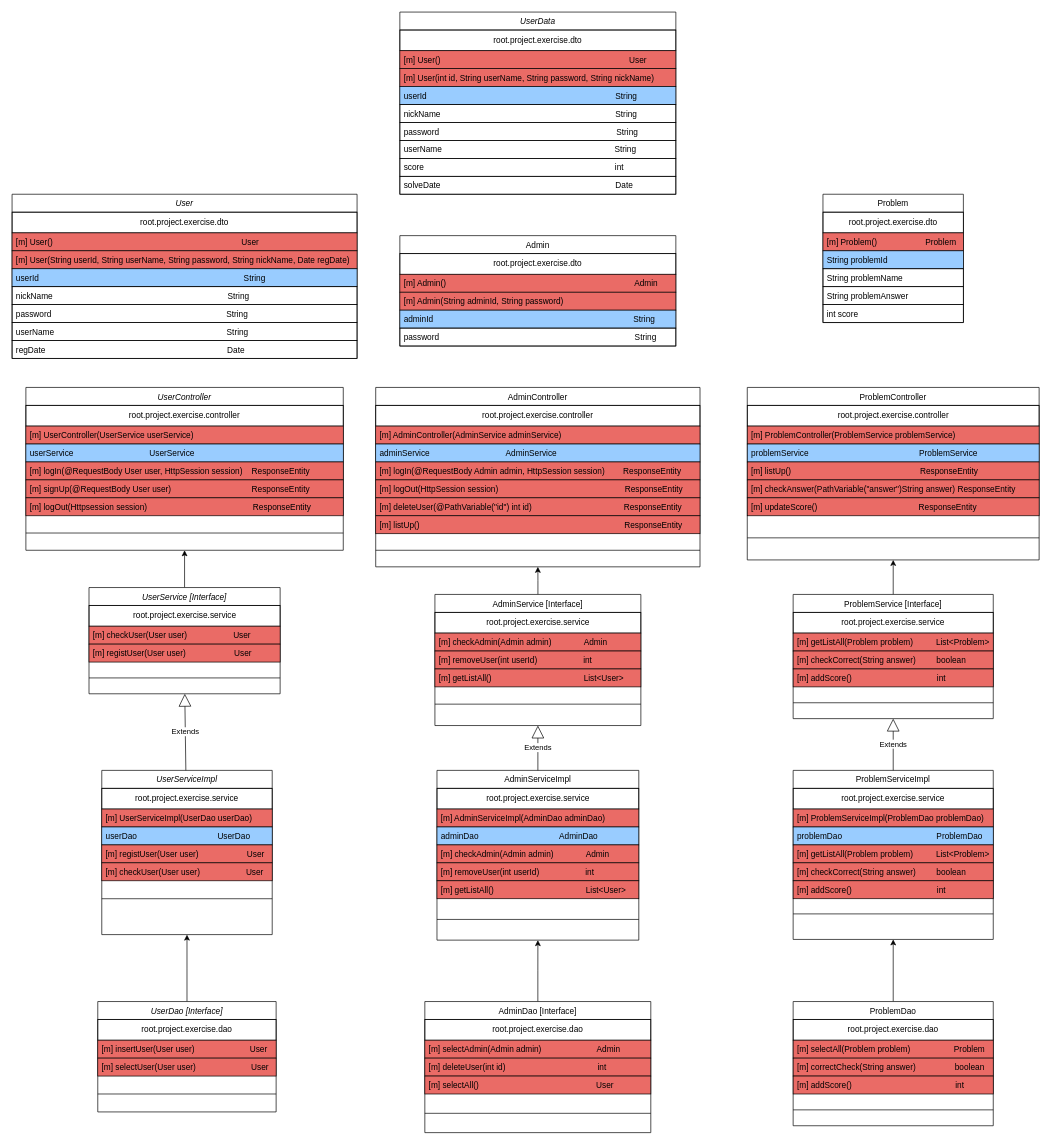
This is diagram/class diagram.drawio from Taehankk/Final_project, a draw.io file, before an edit. Source tidied: cells renumbered, new cells numbered last; positions are measured from the earlier drawing's top-left corner, leaving out a move shared by most shapes. Both pictures are drawn from the tidied source at 69%, with x=0, y=0 at pixel (12, 12).
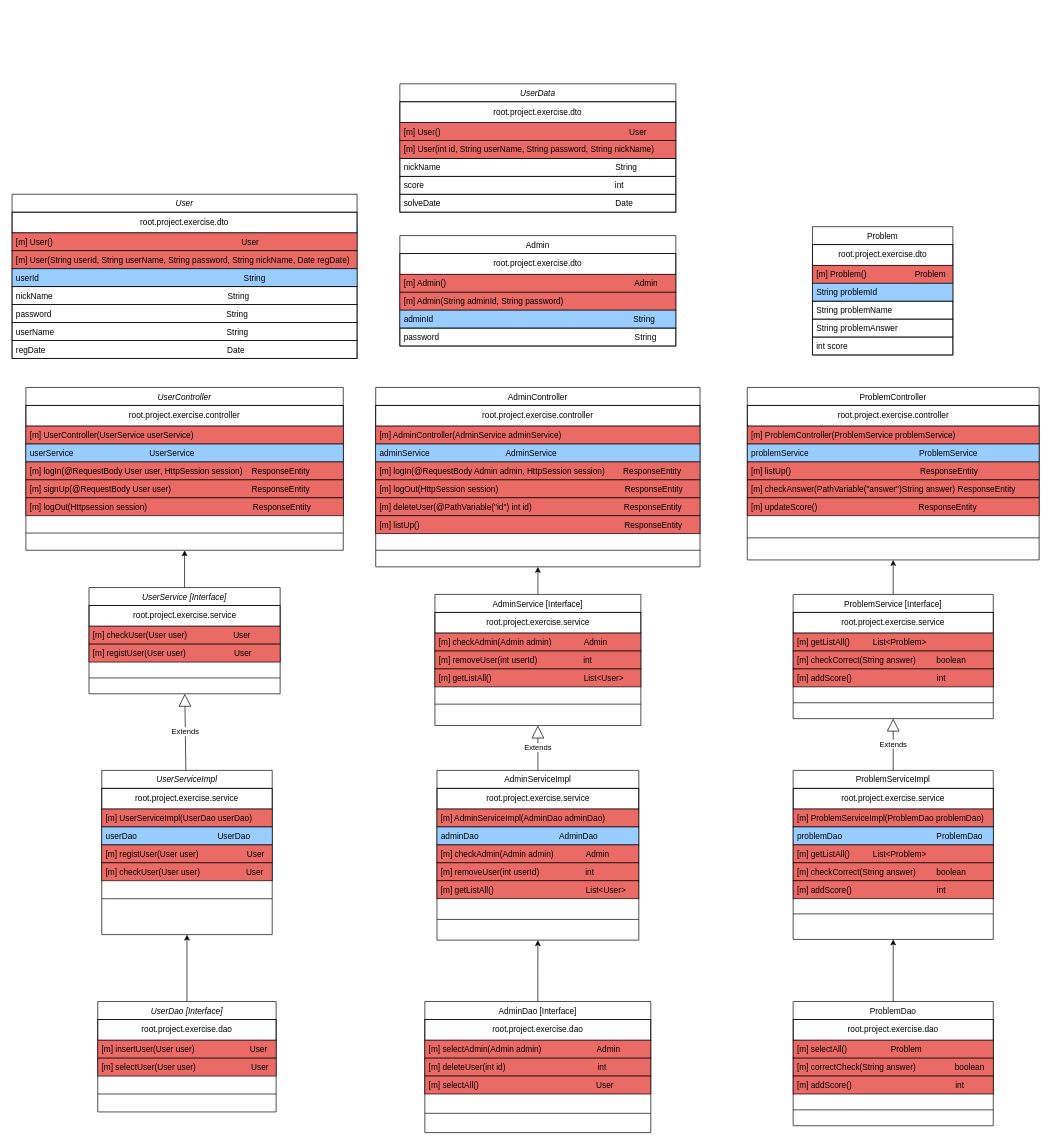
Above is the later version.

The change refers to these unchanged cells:
```xml
<mxCell id="40" value="ProblemDao" style="swimlane;fontStyle=0;align=center;verticalAlign=top;horizontal=1;startSize=26;rounded=0;shadow=0;strokeWidth=1;strokeColor=#000000;" parent="1" vertex="1">
  <mxGeometry x="1132" y="1434" width="290" height="180" as="geometry" />
</mxCell>
<mxCell id="76" value="ProblemServiceImpl" style="swimlane;fontStyle=0;align=center;verticalAlign=top;horizontal=1;startSize=26;rounded=0;shadow=0;strokeWidth=1;strokeColor=#000000;" parent="1" vertex="1">
  <mxGeometry x="1132" y="1099" width="290" height="245" as="geometry" />
</mxCell>
<mxCell id="93" value="ProblemService [Interface]" style="swimlane;fontStyle=0;align=center;verticalAlign=top;horizontal=1;startSize=26;rounded=0;shadow=0;strokeWidth=1;strokeColor=#000000;" parent="1" vertex="1">
  <mxGeometry x="1132" y="844" width="290" height="180" as="geometry" />
</mxCell>
```

Change to the diagram source:
```diff
@@
     <mxCell id="32" value="Problem" style="swimlane;fontStyle=0;align=center;verticalAlign=top;horizontal=1;startSize=26;rounded=0;shadow=0;strokeWidth=1;strokeColor=#000000;" parent="1" vertex="1">
-      <mxGeometry x="1175.2" y="264" width="203.5" height="186" as="geometry" />
+      <mxGeometry x="1160" y="311" width="203.5" height="186" as="geometry" />
     </mxCell>
@@
-    <mxCell id="42" value="[m] selectAll(Problem problem)                   Problem" style="text;align=left;verticalAlign=top;spacingLeft=4;spacingRight=4;overflow=hidden;rounded=0;shadow=0;html=0;fillColor=#EA6B66;strokeColor=#000000;" parent="40" vertex="1">
+    <mxCell id="42" value="[m] selectAll()                   Problem" style="text;align=left;verticalAlign=top;spacingLeft=4;spacingRight=4;overflow=hidden;rounded=0;shadow=0;html=0;fillColor=#EA6B66;strokeColor=#000000;" parent="40" vertex="1">
       <mxGeometry y="56" width="290" height="26" as="geometry" />
     </mxCell>
@@
-    <mxCell id="80" value="[m] getListAll(Problem problem)          List&lt;Problem&gt;" style="text;align=left;verticalAlign=top;spacingLeft=4;spacingRight=4;overflow=hidden;rounded=0;shadow=0;html=0;fillColor=#EA6B66;strokeColor=#000000;" parent="76" vertex="1">
+    <mxCell id="80" value="[m] getListAll()          List&lt;Problem&gt;" style="text;align=left;verticalAlign=top;spacingLeft=4;spacingRight=4;overflow=hidden;rounded=0;shadow=0;html=0;fillColor=#EA6B66;strokeColor=#000000;" parent="76" vertex="1">
       <mxGeometry y="108" width="290" height="26" as="geometry" />
     </mxCell>
@@
-    <mxCell id="95" value="[m] getListAll(Problem problem)          List&lt;Problem&gt;" style="text;align=left;verticalAlign=top;spacingLeft=4;spacingRight=4;overflow=hidden;rounded=0;shadow=0;html=0;fillColor=#EA6B66;strokeColor=#000000;" parent="93" vertex="1">
+    <mxCell id="95" value="[m] getListAll()          List&lt;Problem&gt;" style="text;align=left;verticalAlign=top;spacingLeft=4;spacingRight=4;overflow=hidden;rounded=0;shadow=0;html=0;fillColor=#EA6B66;strokeColor=#000000;" parent="93" vertex="1">
       <mxGeometry y="56" width="290" height="26" as="geometry" />
     </mxCell>
@@
     <mxCell id="113" value="UserData" style="swimlane;fontStyle=2;align=center;verticalAlign=top;horizontal=1;startSize=26;rounded=0;shadow=0;strokeWidth=1;strokeColor=#000000;" parent="1" vertex="1">
-      <mxGeometry x="562" width="400" height="264" as="geometry" />
+      <mxGeometry x="562" y="104" width="400" height="186" as="geometry" />
     </mxCell>
@@
-    <mxCell id="117" value="userId                                                                                  String" style="text;align=left;verticalAlign=top;spacingLeft=4;spacingRight=4;overflow=hidden;strokeColor=#000000;fillColor=#99CCFF;" parent="113" vertex="1">
-      <mxGeometry y="108" width="400" height="26" as="geometry" />
-    </mxCell>
     <mxCell id="118" value="nickName                                                                            String" style="text;align=left;verticalAlign=top;spacingLeft=4;spacingRight=4;overflow=hidden;rounded=0;shadow=0;html=0;strokeColor=#000000;" parent="113" vertex="1">
-      <mxGeometry y="134" width="400" height="26" as="geometry" />
+      <mxGeometry y="108" width="400" height="26" as="geometry" />
     </mxCell>
-    <mxCell id="119" value="password                                                                             String" style="text;align=left;verticalAlign=top;spacingLeft=4;spacingRight=4;overflow=hidden;rounded=0;shadow=0;html=0;strokeColor=#000000;" parent="113" vertex="1">
-      <mxGeometry y="160" width="400" height="26" as="geometry" />
-    </mxCell>
-    <mxCell id="120" value="userName                                                                           String" style="text;align=left;verticalAlign=top;spacingLeft=4;spacingRight=4;overflow=hidden;rounded=0;shadow=0;html=0;strokeColor=#000000;" parent="113" vertex="1">
-      <mxGeometry y="186" width="400" height="26" as="geometry" />
-    </mxCell>
     <mxCell id="121" value="score                                                                                   int" style="text;align=left;verticalAlign=top;spacingLeft=4;spacingRight=4;overflow=hidden;rounded=0;shadow=0;html=0;strokeColor=#000000;" parent="113" vertex="1">
-      <mxGeometry y="212" width="400" height="26" as="geometry" />
+      <mxGeometry y="134" width="400" height="26" as="geometry" />
     </mxCell>
     <mxCell id="122" value="solveDate                                                                            Date" style="text;align=left;verticalAlign=top;spacingLeft=4;spacingRight=4;overflow=hidden;rounded=0;shadow=0;html=0;strokeColor=#000000;" parent="113" vertex="1">
-      <mxGeometry y="238" width="400" height="26" as="geometry" />
+      <mxGeometry y="160" width="400" height="26" as="geometry" />
     </mxCell>
```
